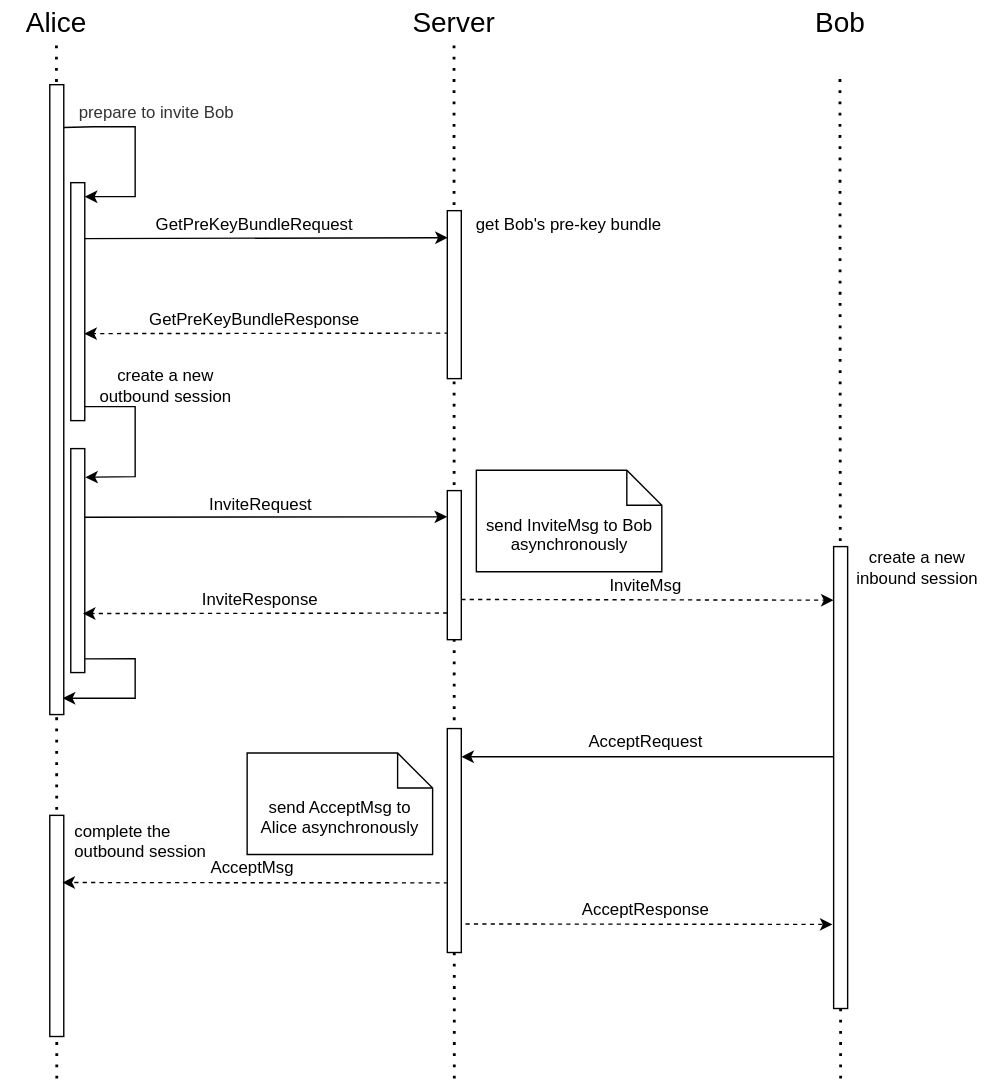
The draw.io diagram img/invite_accept.svg in e2eelab/e2ee-security-whitepaper, before a commit. Source tidied: cells renumbered, new cells last; positions are measured from the earlier drawing's top-left corner, leaving out a move shared by most shapes.
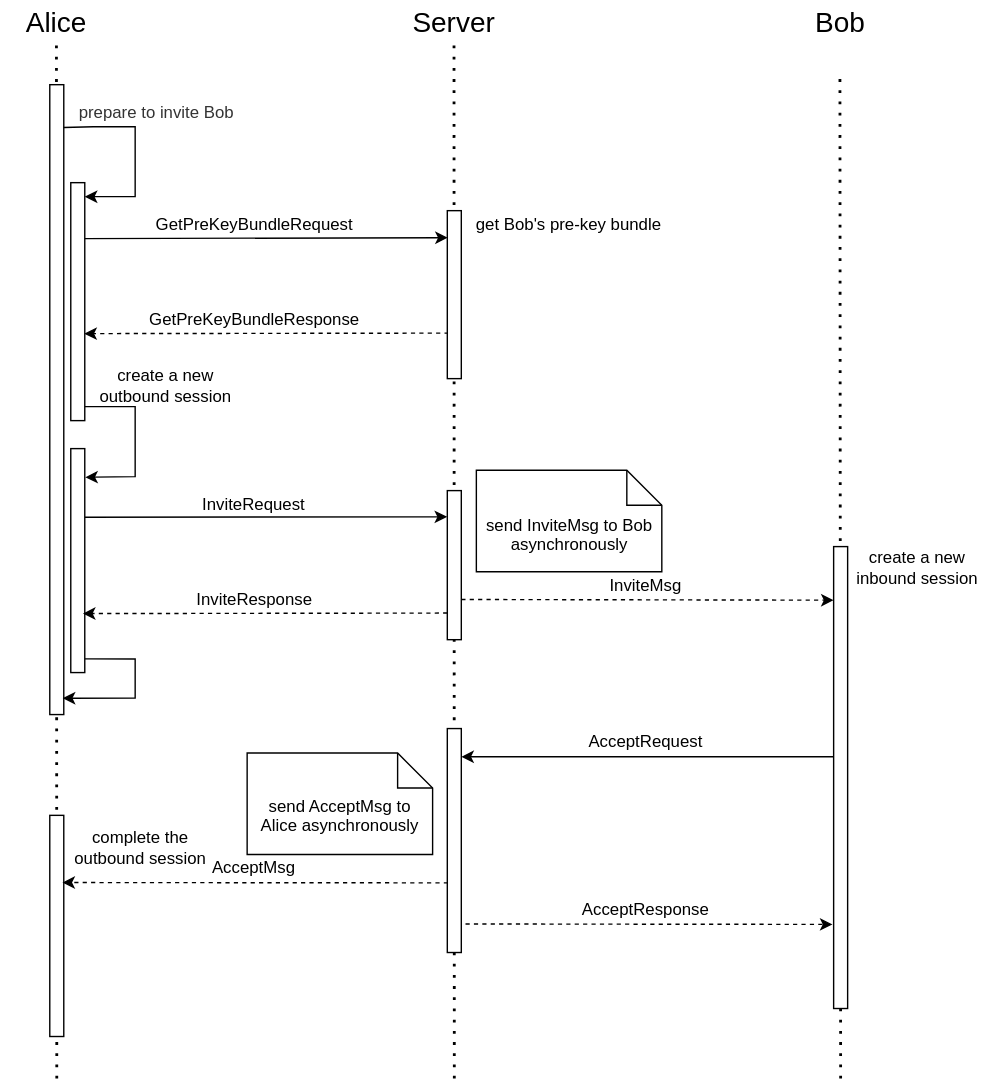
The same diagram one commit later.

The edit, as a diff of the source:
```diff
@@ -81,7 +81,7 @@
       </mxGeometry>
     </mxCell>
     <mxCell id="19" value="InviteRequest" style="text;html=1;strokeColor=none;fillColor=none;align=center;verticalAlign=middle;whiteSpace=wrap;rounded=0;" parent="1" vertex="1">
-      <mxGeometry x="140.5" y="350" width="90" height="20" as="geometry" />
+      <mxGeometry x="136.5" y="350" width="90" height="20" as="geometry" />
     </mxCell>
     <mxCell id="20" style="endArrow=classic;html=1;rounded=0;entryX=0;entryY=0.116;entryDx=0;entryDy=0;entryPerimeter=0;dashed=1;" parent="1" edge="1" target="12">
       <mxGeometry relative="1" as="geometry">
@@ -109,7 +109,7 @@
       </mxGeometry>
     </mxCell>
     <mxCell id="27" value="AcceptMsg" style="text;html=1;strokeColor=none;fillColor=none;align=center;verticalAlign=middle;whiteSpace=wrap;rounded=0;" parent="1" vertex="1">
-      <mxGeometry x="144.5" y="610" width="70" height="20" as="geometry" />
+      <mxGeometry x="146.5" y="610" width="70" height="20" as="geometry" />
     </mxCell>
     <mxCell id="28" style="endArrow=classic;html=1;rounded=0;dashed=1;entryX=-0.079;entryY=0.727;entryDx=0;entryDy=0;entryPerimeter=0;" parent="1" edge="1">
       <mxGeometry relative="1" as="geometry">
@@ -147,7 +147,7 @@
       </mxGeometry>
     </mxCell>
     <mxCell id="36" value="InviteResponse" style="text;html=1;strokeColor=none;fillColor=none;align=center;verticalAlign=middle;whiteSpace=wrap;rounded=0;" parent="1" vertex="1">
-      <mxGeometry x="100" y="418" width="171" height="20" as="geometry" />
+      <mxGeometry x="96" y="418" width="171" height="20" as="geometry" />
     </mxCell>
     <mxCell id="37" style="html=1;points=[];perimeter=orthogonalPerimeter;fontSize=20;" parent="1" vertex="1">
       <mxGeometry x="319" y="520" width="10" height="160" as="geometry" />
@@ -155,14 +155,14 @@
     <mxCell id="38" value="&lt;span style=&quot;color: rgb(51, 51, 51);&quot;&gt;prepare to invite Bob&lt;/span&gt;" style="text;html=1;strokeColor=none;fillColor=none;align=center;verticalAlign=middle;whiteSpace=wrap;rounded=0;" parent="1" vertex="1">
       <mxGeometry x="26" y="70" width="171" height="20" as="geometry" />
     </mxCell>
-    <mxCell id="39" value="&lt;span style=&quot;color: rgb(0, 0, 0); font-family: Helvetica; font-size: 12px; font-style: normal; font-variant-ligatures: normal; font-variant-caps: normal; font-weight: 400; letter-spacing: normal; orphans: 2; text-align: center; text-indent: 0px; text-transform: none; widows: 2; word-spacing: 0px; -webkit-text-stroke-width: 0px; background-color: rgb(251, 251, 251); text-decoration-thickness: initial; text-decoration-style: initial; text-decoration-color: initial; float: none; display: inline !important;&quot;&gt;complete the&lt;br&gt;outbound session&lt;/span&gt;" style="text;whiteSpace=wrap;html=1;" parent="1" vertex="1">
-      <mxGeometry x="50.5" y="580" width="105.5" height="30" as="geometry" />
+    <mxCell id="39" value="send InviteMsg to Bob asynchronously" style="shape=note2;boundedLbl=1;whiteSpace=wrap;html=1;size=25;verticalAlign=top;align=center;fillColor=default;" parent="1" vertex="1">
+      <mxGeometry x="339.8" y="335.5" width="132.5" height="72.5" as="geometry" />
     </mxCell>
-    <mxCell id="40" value="send InviteMsg to Bob asynchronously" style="shape=note2;boundedLbl=1;whiteSpace=wrap;html=1;size=25;verticalAlign=top;align=center;fillColor=none;" parent="1" vertex="1">
-      <mxGeometry x="339.8" y="335.5" width="132.5" height="72.5" as="geometry" />
+    <mxCell id="40" value="send AcceptMsg to Alice&amp;nbsp;asynchronously" style="shape=note2;boundedLbl=1;whiteSpace=wrap;html=1;size=25;verticalAlign=top;align=center;fillColor=default;" parent="1" vertex="1">
+      <mxGeometry x="176" y="537.5" width="132.5" height="72.5" as="geometry" />
     </mxCell>
-    <mxCell id="41" value="send AcceptMsg to Alice&amp;nbsp;asynchronously" style="shape=note2;boundedLbl=1;whiteSpace=wrap;html=1;size=25;verticalAlign=top;align=center;fillColor=none;" parent="1" vertex="1">
-      <mxGeometry x="176" y="537.5" width="132.5" height="72.5" as="geometry" />
+    <mxCell id="41" value="complete the&lt;br&gt;outbound session" style="text;html=1;strokeColor=none;fillColor=none;align=center;verticalAlign=middle;whiteSpace=wrap;rounded=0;" parent="1" vertex="1">
+      <mxGeometry x="50" y="590" width="100" height="30" as="geometry" />
     </mxCell>
   </root>
 </mxGraphModel>
```
